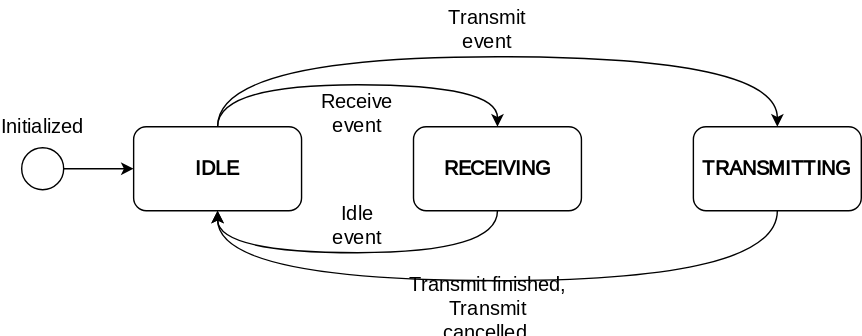
This is Figures/technicalAnalysis/simulator/node/tranceiverState.svg from Mikkelnn/ES8-Project, a draw.io export, as it was before one commit. Source tidied: cells renumbered, new cells last; positions are measured from the earlier drawing's top-left corner, leaving out a move shared by most shapes. The source it was exported from:
```xml
<mxGraphModel>
  <root>
    <mxCell id="0" />
    <mxCell id="1" parent="0" />
    <mxCell id="2" value="&lt;b&gt;IDLE&lt;/b&gt;" style="rounded=1;whiteSpace=wrap;html=1;fontSize=14;fontFamily=Latex;fontSource=https%3A%2F%2Fl.messenger.com%2Fl.php%3Fu%3Dhttps%253A%252F%252Fsourceforge.net%252Fprojects%252Fcm-unicode%252F%253Futm_id%253D97758_v0_s00_e0_tv0%2526fbclid%253DIwY2xjawQgySRleHRuA2FlbQIxMQBzcnRjBmFwcF9pZAEwAAEesw3PqB5totuJpd6eh1LaaKkuRE-Z_K1hziWoEV0fncl-qOL8ht-ayZM58K8_aem_JxLrLg0ROYKOzrblPzPiZg%26h%3DAT7IP1lEEyxLEB1KIPioAe_TLKdBf8xRapTacrZvLS-VMmMViuZHGC10Zdo98MFB_csPFyebQa-1VuPFD_5GBoz1WM62oYTNZglW-6KLq3nmDeDbAT0Mo7kfpUFHFRI;" parent="1" vertex="1">
      <mxGeometry x="95" y="90" width="120" height="60" as="geometry" />
    </mxCell>
    <mxCell id="3" value="&lt;b&gt;RECEIVING&lt;/b&gt;" style="rounded=1;whiteSpace=wrap;html=1;fontSize=14;fontFamily=Latex;fontSource=https%3A%2F%2Fl.messenger.com%2Fl.php%3Fu%3Dhttps%253A%252F%252Fsourceforge.net%252Fprojects%252Fcm-unicode%252F%253Futm_id%253D97758_v0_s00_e0_tv0%2526fbclid%253DIwY2xjawQgySRleHRuA2FlbQIxMQBzcnRjBmFwcF9pZAEwAAEesw3PqB5totuJpd6eh1LaaKkuRE-Z_K1hziWoEV0fncl-qOL8ht-ayZM58K8_aem_JxLrLg0ROYKOzrblPzPiZg%26h%3DAT7IP1lEEyxLEB1KIPioAe_TLKdBf8xRapTacrZvLS-VMmMViuZHGC10Zdo98MFB_csPFyebQa-1VuPFD_5GBoz1WM62oYTNZglW-6KLq3nmDeDbAT0Mo7kfpUFHFRI;" parent="1" vertex="1">
      <mxGeometry x="295" y="90" width="120" height="60" as="geometry" />
    </mxCell>
    <mxCell id="4" value="&lt;b&gt;TRANSMITTING&lt;/b&gt;" style="rounded=1;whiteSpace=wrap;html=1;fontSize=14;fontFamily=Latex;fontSource=https%3A%2F%2Fl.messenger.com%2Fl.php%3Fu%3Dhttps%253A%252F%252Fsourceforge.net%252Fprojects%252Fcm-unicode%252F%253Futm_id%253D97758_v0_s00_e0_tv0%2526fbclid%253DIwY2xjawQgySRleHRuA2FlbQIxMQBzcnRjBmFwcF9pZAEwAAEesw3PqB5totuJpd6eh1LaaKkuRE-Z_K1hziWoEV0fncl-qOL8ht-ayZM58K8_aem_JxLrLg0ROYKOzrblPzPiZg%26h%3DAT7IP1lEEyxLEB1KIPioAe_TLKdBf8xRapTacrZvLS-VMmMViuZHGC10Zdo98MFB_csPFyebQa-1VuPFD_5GBoz1WM62oYTNZglW-6KLq3nmDeDbAT0Mo7kfpUFHFRI;" parent="1" vertex="1">
      <mxGeometry x="495" y="90" width="120" height="60" as="geometry" />
    </mxCell>
    <mxCell id="5" style="endArrow=classic;html=1;rounded=0;exitX=1;exitY=0.5;exitDx=0;exitDy=0;fontSize=14;fontFamily=Latex;fontSource=https%3A%2F%2Fl.messenger.com%2Fl.php%3Fu%3Dhttps%253A%252F%252Fsourceforge.net%252Fprojects%252Fcm-unicode%252F%253Futm_id%253D97758_v0_s00_e0_tv0%2526fbclid%253DIwY2xjawQgySRleHRuA2FlbQIxMQBzcnRjBmFwcF9pZAEwAAEesw3PqB5totuJpd6eh1LaaKkuRE-Z_K1hziWoEV0fncl-qOL8ht-ayZM58K8_aem_JxLrLg0ROYKOzrblPzPiZg%26h%3DAT7IP1lEEyxLEB1KIPioAe_TLKdBf8xRapTacrZvLS-VMmMViuZHGC10Zdo98MFB_csPFyebQa-1VuPFD_5GBoz1WM62oYTNZglW-6KLq3nmDeDbAT0Mo7kfpUFHFRI;" parent="1" edge="1" source="6">
      <mxGeometry relative="1" as="geometry">
        <mxPoint x="95" y="120" as="targetPoint" />
      </mxGeometry>
    </mxCell>
    <mxCell id="6" style="ellipse;fontSize=14;fontFamily=Latex;fontSource=https%3A%2F%2Fl.messenger.com%2Fl.php%3Fu%3Dhttps%253A%252F%252Fsourceforge.net%252Fprojects%252Fcm-unicode%252F%253Futm_id%253D97758_v0_s00_e0_tv0%2526fbclid%253DIwY2xjawQgySRleHRuA2FlbQIxMQBzcnRjBmFwcF9pZAEwAAEesw3PqB5totuJpd6eh1LaaKkuRE-Z_K1hziWoEV0fncl-qOL8ht-ayZM58K8_aem_JxLrLg0ROYKOzrblPzPiZg%26h%3DAT7IP1lEEyxLEB1KIPioAe_TLKdBf8xRapTacrZvLS-VMmMViuZHGC10Zdo98MFB_csPFyebQa-1VuPFD_5GBoz1WM62oYTNZglW-6KLq3nmDeDbAT0Mo7kfpUFHFRI;" parent="1" vertex="1">
      <mxGeometry x="15" y="105" width="30" height="30" as="geometry" />
    </mxCell>
    <mxCell id="7" value="Initialized" style="text;html=1;whiteSpace=wrap;strokeColor=none;fillColor=none;align=center;verticalAlign=middle;rounded=0;fontSize=14;fontFamily=Latex;fontSource=https%3A%2F%2Fl.messenger.com%2Fl.php%3Fu%3Dhttps%253A%252F%252Fsourceforge.net%252Fprojects%252Fcm-unicode%252F%253Futm_id%253D97758_v0_s00_e0_tv0%2526fbclid%253DIwY2xjawQgySRleHRuA2FlbQIxMQBzcnRjBmFwcF9pZAEwAAEesw3PqB5totuJpd6eh1LaaKkuRE-Z_K1hziWoEV0fncl-qOL8ht-ayZM58K8_aem_JxLrLg0ROYKOzrblPzPiZg%26h%3DAT7IP1lEEyxLEB1KIPioAe_TLKdBf8xRapTacrZvLS-VMmMViuZHGC10Zdo98MFB_csPFyebQa-1VuPFD_5GBoz1WM62oYTNZglW-6KLq3nmDeDbAT0Mo7kfpUFHFRI;" parent="1" vertex="1">
      <mxGeometry y="75" width="60" height="30" as="geometry" />
    </mxCell>
    <mxCell id="8" style="endArrow=classic;html=1;rounded=0;exitX=0.5;exitY=0;exitDx=0;exitDy=0;entryX=0.5;entryY=0;entryDx=0;entryDy=0;edgeStyle=orthogonalEdgeStyle;curved=1;fontFamily=Latex;fontSource=https%3A%2F%2Fl.messenger.com%2Fl.php%3Fu%3Dhttps%253A%252F%252Fsourceforge.net%252Fprojects%252Fcm-unicode%252F%253Futm_id%253D97758_v0_s00_e0_tv0%2526fbclid%253DIwY2xjawQgySRleHRuA2FlbQIxMQBzcnRjBmFwcF9pZAEwAAEesw3PqB5totuJpd6eh1LaaKkuRE-Z_K1hziWoEV0fncl-qOL8ht-ayZM58K8_aem_JxLrLg0ROYKOzrblPzPiZg%26h%3DAT7IP1lEEyxLEB1KIPioAe_TLKdBf8xRapTacrZvLS-VMmMViuZHGC10Zdo98MFB_csPFyebQa-1VuPFD_5GBoz1WM62oYTNZglW-6KLq3nmDeDbAT0Mo7kfpUFHFRI;fontSize=14;" parent="1" edge="1" source="2" target="3">
      <mxGeometry relative="1" as="geometry">
        <Array as="points">
          <mxPoint x="155" y="60" />
          <mxPoint x="355" y="60" />
        </Array>
      </mxGeometry>
    </mxCell>
    <mxCell id="9" style="endArrow=classic;html=1;rounded=0;exitX=0.5;exitY=0;exitDx=0;exitDy=0;entryX=0.5;entryY=0;entryDx=0;entryDy=0;edgeStyle=orthogonalEdgeStyle;curved=1;fontFamily=Latex;fontSource=https%3A%2F%2Fl.messenger.com%2Fl.php%3Fu%3Dhttps%253A%252F%252Fsourceforge.net%252Fprojects%252Fcm-unicode%252F%253Futm_id%253D97758_v0_s00_e0_tv0%2526fbclid%253DIwY2xjawQgySRleHRuA2FlbQIxMQBzcnRjBmFwcF9pZAEwAAEesw3PqB5totuJpd6eh1LaaKkuRE-Z_K1hziWoEV0fncl-qOL8ht-ayZM58K8_aem_JxLrLg0ROYKOzrblPzPiZg%26h%3DAT7IP1lEEyxLEB1KIPioAe_TLKdBf8xRapTacrZvLS-VMmMViuZHGC10Zdo98MFB_csPFyebQa-1VuPFD_5GBoz1WM62oYTNZglW-6KLq3nmDeDbAT0Mo7kfpUFHFRI;fontSize=14;" parent="1" edge="1" source="2" target="4">
      <mxGeometry relative="1" as="geometry">
        <Array as="points">
          <mxPoint x="155" y="40" />
          <mxPoint x="555" y="40" />
        </Array>
      </mxGeometry>
    </mxCell>
    <mxCell id="10" style="endArrow=classic;html=1;rounded=0;exitX=0.5;exitY=1;exitDx=0;exitDy=0;entryX=0.5;entryY=1;entryDx=0;entryDy=0;edgeStyle=orthogonalEdgeStyle;curved=1;fontFamily=Latex;fontSource=https%3A%2F%2Fl.messenger.com%2Fl.php%3Fu%3Dhttps%253A%252F%252Fsourceforge.net%252Fprojects%252Fcm-unicode%252F%253Futm_id%253D97758_v0_s00_e0_tv0%2526fbclid%253DIwY2xjawQgySRleHRuA2FlbQIxMQBzcnRjBmFwcF9pZAEwAAEesw3PqB5totuJpd6eh1LaaKkuRE-Z_K1hziWoEV0fncl-qOL8ht-ayZM58K8_aem_JxLrLg0ROYKOzrblPzPiZg%26h%3DAT7IP1lEEyxLEB1KIPioAe_TLKdBf8xRapTacrZvLS-VMmMViuZHGC10Zdo98MFB_csPFyebQa-1VuPFD_5GBoz1WM62oYTNZglW-6KLq3nmDeDbAT0Mo7kfpUFHFRI;fontSize=14;" parent="1" edge="1" source="3" target="2">
      <mxGeometry relative="1" as="geometry">
        <Array as="points">
          <mxPoint x="355" y="180" />
          <mxPoint x="155" y="180" />
        </Array>
      </mxGeometry>
    </mxCell>
    <mxCell id="11" style="endArrow=classic;html=1;rounded=0;exitX=0.5;exitY=1;exitDx=0;exitDy=0;entryX=0.5;entryY=1;entryDx=0;entryDy=0;edgeStyle=orthogonalEdgeStyle;curved=1;fontFamily=Latex;fontSource=https%3A%2F%2Fl.messenger.com%2Fl.php%3Fu%3Dhttps%253A%252F%252Fsourceforge.net%252Fprojects%252Fcm-unicode%252F%253Futm_id%253D97758_v0_s00_e0_tv0%2526fbclid%253DIwY2xjawQgySRleHRuA2FlbQIxMQBzcnRjBmFwcF9pZAEwAAEesw3PqB5totuJpd6eh1LaaKkuRE-Z_K1hziWoEV0fncl-qOL8ht-ayZM58K8_aem_JxLrLg0ROYKOzrblPzPiZg%26h%3DAT7IP1lEEyxLEB1KIPioAe_TLKdBf8xRapTacrZvLS-VMmMViuZHGC10Zdo98MFB_csPFyebQa-1VuPFD_5GBoz1WM62oYTNZglW-6KLq3nmDeDbAT0Mo7kfpUFHFRI;fontSize=14;" parent="1" edge="1" source="4" target="2">
      <mxGeometry relative="1" as="geometry">
        <Array as="points">
          <mxPoint x="555" y="200" />
          <mxPoint x="155" y="200" />
        </Array>
      </mxGeometry>
    </mxCell>
    <mxCell id="12" value="Transmit event" style="text;html=1;whiteSpace=wrap;strokeColor=none;fillColor=none;align=center;verticalAlign=middle;rounded=0;fontFamily=Latex;fontSource=https%3A%2F%2Fl.messenger.com%2Fl.php%3Fu%3Dhttps%253A%252F%252Fsourceforge.net%252Fprojects%252Fcm-unicode%252F%253Futm_id%253D97758_v0_s00_e0_tv0%2526fbclid%253DIwY2xjawQgySRleHRuA2FlbQIxMQBzcnRjBmFwcF9pZAEwAAEesw3PqB5totuJpd6eh1LaaKkuRE-Z_K1hziWoEV0fncl-qOL8ht-ayZM58K8_aem_JxLrLg0ROYKOzrblPzPiZg%26h%3DAT7IP1lEEyxLEB1KIPioAe_TLKdBf8xRapTacrZvLS-VMmMViuZHGC10Zdo98MFB_csPFyebQa-1VuPFD_5GBoz1WM62oYTNZglW-6KLq3nmDeDbAT0Mo7kfpUFHFRI;fontSize=14;" parent="1" vertex="1">
      <mxGeometry x="314" width="68" height="40" as="geometry" />
    </mxCell>
    <mxCell id="13" value="Transmit finished, Transmit cancelled&amp;nbsp;" style="text;html=1;whiteSpace=wrap;strokeColor=none;fillColor=none;align=center;verticalAlign=middle;rounded=0;fontFamily=Latex;fontSource=https%3A%2F%2Fl.messenger.com%2Fl.php%3Fu%3Dhttps%253A%252F%252Fsourceforge.net%252Fprojects%252Fcm-unicode%252F%253Futm_id%253D97758_v0_s00_e0_tv0%2526fbclid%253DIwY2xjawQgySRleHRuA2FlbQIxMQBzcnRjBmFwcF9pZAEwAAEesw3PqB5totuJpd6eh1LaaKkuRE-Z_K1hziWoEV0fncl-qOL8ht-ayZM58K8_aem_JxLrLg0ROYKOzrblPzPiZg%26h%3DAT7IP1lEEyxLEB1KIPioAe_TLKdBf8xRapTacrZvLS-VMmMViuZHGC10Zdo98MFB_csPFyebQa-1VuPFD_5GBoz1WM62oYTNZglW-6KLq3nmDeDbAT0Mo7kfpUFHFRI;fontSize=14;" parent="1" vertex="1">
      <mxGeometry x="291" y="200" width="115" height="40" as="geometry" />
    </mxCell>
    <mxCell id="14" value="Receive event" style="text;html=1;whiteSpace=wrap;strokeColor=none;fillColor=none;align=center;verticalAlign=middle;rounded=0;fontFamily=Latex;fontSource=https%3A%2F%2Fl.messenger.com%2Fl.php%3Fu%3Dhttps%253A%252F%252Fsourceforge.net%252Fprojects%252Fcm-unicode%252F%253Futm_id%253D97758_v0_s00_e0_tv0%2526fbclid%253DIwY2xjawQgySRleHRuA2FlbQIxMQBzcnRjBmFwcF9pZAEwAAEesw3PqB5totuJpd6eh1LaaKkuRE-Z_K1hziWoEV0fncl-qOL8ht-ayZM58K8_aem_JxLrLg0ROYKOzrblPzPiZg%26h%3DAT7IP1lEEyxLEB1KIPioAe_TLKdBf8xRapTacrZvLS-VMmMViuZHGC10Zdo98MFB_csPFyebQa-1VuPFD_5GBoz1WM62oYTNZglW-6KLq3nmDeDbAT0Mo7kfpUFHFRI;fontSize=14;" parent="1" vertex="1">
      <mxGeometry x="225" y="60" width="60" height="40" as="geometry" />
    </mxCell>
    <mxCell id="15" value="Idle&lt;br&gt;event" style="text;html=1;whiteSpace=wrap;strokeColor=none;fillColor=none;align=center;verticalAlign=middle;rounded=0;fontFamily=Latex;fontSource=https%3A%2F%2Fl.messenger.com%2Fl.php%3Fu%3Dhttps%253A%252F%252Fsourceforge.net%252Fprojects%252Fcm-unicode%252F%253Futm_id%253D97758_v0_s00_e0_tv0%2526fbclid%253DIwY2xjawQgySRleHRuA2FlbQIxMQBzcnRjBmFwcF9pZAEwAAEesw3PqB5totuJpd6eh1LaaKkuRE-Z_K1hziWoEV0fncl-qOL8ht-ayZM58K8_aem_JxLrLg0ROYKOzrblPzPiZg%26h%3DAT7IP1lEEyxLEB1KIPioAe_TLKdBf8xRapTacrZvLS-VMmMViuZHGC10Zdo98MFB_csPFyebQa-1VuPFD_5GBoz1WM62oYTNZglW-6KLq3nmDeDbAT0Mo7kfpUFHFRI;fontSize=14;" parent="1" vertex="1">
      <mxGeometry x="225" y="140" width="60" height="40" as="geometry" />
    </mxCell>
  </root>
</mxGraphModel>
```
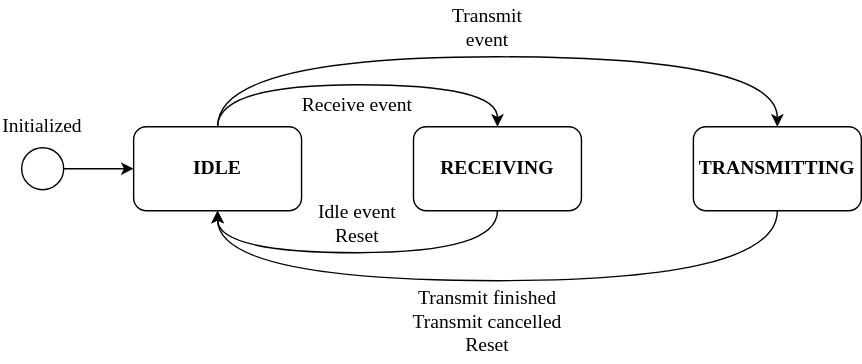
The same file after the commit.

Diff of the diagram source:
```diff
@@ -57,14 +57,14 @@
     <mxCell id="12" value="Transmit event" style="text;html=1;whiteSpace=wrap;strokeColor=none;fillColor=none;align=center;verticalAlign=middle;rounded=0;fontFamily=Latex;fontSource=https%3A%2F%2Fl.messenger.com%2Fl.php%3Fu%3Dhttps%253A%252F%252Fsourceforge.net%252Fprojects%252Fcm-unicode%252F%253Futm_id%253D97758_v0_s00_e0_tv0%2526fbclid%253DIwY2xjawQgySRleHRuA2FlbQIxMQBzcnRjBmFwcF9pZAEwAAEesw3PqB5totuJpd6eh1LaaKkuRE-Z_K1hziWoEV0fncl-qOL8ht-ayZM58K8_aem_JxLrLg0ROYKOzrblPzPiZg%26h%3DAT7IP1lEEyxLEB1KIPioAe_TLKdBf8xRapTacrZvLS-VMmMViuZHGC10Zdo98MFB_csPFyebQa-1VuPFD_5GBoz1WM62oYTNZglW-6KLq3nmDeDbAT0Mo7kfpUFHFRI;fontSize=14;" parent="1" vertex="1">
       <mxGeometry x="314" width="68" height="40" as="geometry" />
     </mxCell>
-    <mxCell id="13" value="Transmit finished, Transmit cancelled&amp;nbsp;" style="text;html=1;whiteSpace=wrap;strokeColor=none;fillColor=none;align=center;verticalAlign=middle;rounded=0;fontFamily=Latex;fontSource=https%3A%2F%2Fl.messenger.com%2Fl.php%3Fu%3Dhttps%253A%252F%252Fsourceforge.net%252Fprojects%252Fcm-unicode%252F%253Futm_id%253D97758_v0_s00_e0_tv0%2526fbclid%253DIwY2xjawQgySRleHRuA2FlbQIxMQBzcnRjBmFwcF9pZAEwAAEesw3PqB5totuJpd6eh1LaaKkuRE-Z_K1hziWoEV0fncl-qOL8ht-ayZM58K8_aem_JxLrLg0ROYKOzrblPzPiZg%26h%3DAT7IP1lEEyxLEB1KIPioAe_TLKdBf8xRapTacrZvLS-VMmMViuZHGC10Zdo98MFB_csPFyebQa-1VuPFD_5GBoz1WM62oYTNZglW-6KLq3nmDeDbAT0Mo7kfpUFHFRI;fontSize=14;" parent="1" vertex="1">
-      <mxGeometry x="291" y="200" width="115" height="40" as="geometry" />
+    <mxCell id="13" value="Transmit finished Transmit cancelled Reset" style="text;html=1;whiteSpace=wrap;strokeColor=none;fillColor=none;align=center;verticalAlign=middle;rounded=0;fontFamily=Latex;fontSource=https%3A%2F%2Fl.messenger.com%2Fl.php%3Fu%3Dhttps%253A%252F%252Fsourceforge.net%252Fprojects%252Fcm-unicode%252F%253Futm_id%253D97758_v0_s00_e0_tv0%2526fbclid%253DIwY2xjawQgySRleHRuA2FlbQIxMQBzcnRjBmFwcF9pZAEwAAEesw3PqB5totuJpd6eh1LaaKkuRE-Z_K1hziWoEV0fncl-qOL8ht-ayZM58K8_aem_JxLrLg0ROYKOzrblPzPiZg%26h%3DAT7IP1lEEyxLEB1KIPioAe_TLKdBf8xRapTacrZvLS-VMmMViuZHGC10Zdo98MFB_csPFyebQa-1VuPFD_5GBoz1WM62oYTNZglW-6KLq3nmDeDbAT0Mo7kfpUFHFRI;fontSize=14;" parent="1" vertex="1">
+      <mxGeometry x="291" y="200" width="114" height="60" as="geometry" />
     </mxCell>
     <mxCell id="14" value="Receive event" style="text;html=1;whiteSpace=wrap;strokeColor=none;fillColor=none;align=center;verticalAlign=middle;rounded=0;fontFamily=Latex;fontSource=https%3A%2F%2Fl.messenger.com%2Fl.php%3Fu%3Dhttps%253A%252F%252Fsourceforge.net%252Fprojects%252Fcm-unicode%252F%253Futm_id%253D97758_v0_s00_e0_tv0%2526fbclid%253DIwY2xjawQgySRleHRuA2FlbQIxMQBzcnRjBmFwcF9pZAEwAAEesw3PqB5totuJpd6eh1LaaKkuRE-Z_K1hziWoEV0fncl-qOL8ht-ayZM58K8_aem_JxLrLg0ROYKOzrblPzPiZg%26h%3DAT7IP1lEEyxLEB1KIPioAe_TLKdBf8xRapTacrZvLS-VMmMViuZHGC10Zdo98MFB_csPFyebQa-1VuPFD_5GBoz1WM62oYTNZglW-6KLq3nmDeDbAT0Mo7kfpUFHFRI;fontSize=14;" parent="1" vertex="1">
-      <mxGeometry x="225" y="60" width="60" height="40" as="geometry" />
+      <mxGeometry x="210" y="60" width="90" height="30" as="geometry" />
     </mxCell>
-    <mxCell id="15" value="Idle&lt;br&gt;event" style="text;html=1;whiteSpace=wrap;strokeColor=none;fillColor=none;align=center;verticalAlign=middle;rounded=0;fontFamily=Latex;fontSource=https%3A%2F%2Fl.messenger.com%2Fl.php%3Fu%3Dhttps%253A%252F%252Fsourceforge.net%252Fprojects%252Fcm-unicode%252F%253Futm_id%253D97758_v0_s00_e0_tv0%2526fbclid%253DIwY2xjawQgySRleHRuA2FlbQIxMQBzcnRjBmFwcF9pZAEwAAEesw3PqB5totuJpd6eh1LaaKkuRE-Z_K1hziWoEV0fncl-qOL8ht-ayZM58K8_aem_JxLrLg0ROYKOzrblPzPiZg%26h%3DAT7IP1lEEyxLEB1KIPioAe_TLKdBf8xRapTacrZvLS-VMmMViuZHGC10Zdo98MFB_csPFyebQa-1VuPFD_5GBoz1WM62oYTNZglW-6KLq3nmDeDbAT0Mo7kfpUFHFRI;fontSize=14;" parent="1" vertex="1">
-      <mxGeometry x="225" y="140" width="60" height="40" as="geometry" />
+    <mxCell id="15" value="Idle event&lt;br&gt;Reset" style="text;html=1;whiteSpace=wrap;strokeColor=none;fillColor=none;align=center;verticalAlign=middle;rounded=0;fontFamily=Latex;fontSource=https%3A%2F%2Fl.messenger.com%2Fl.php%3Fu%3Dhttps%253A%252F%252Fsourceforge.net%252Fprojects%252Fcm-unicode%252F%253Futm_id%253D97758_v0_s00_e0_tv0%2526fbclid%253DIwY2xjawQgySRleHRuA2FlbQIxMQBzcnRjBmFwcF9pZAEwAAEesw3PqB5totuJpd6eh1LaaKkuRE-Z_K1hziWoEV0fncl-qOL8ht-ayZM58K8_aem_JxLrLg0ROYKOzrblPzPiZg%26h%3DAT7IP1lEEyxLEB1KIPioAe_TLKdBf8xRapTacrZvLS-VMmMViuZHGC10Zdo98MFB_csPFyebQa-1VuPFD_5GBoz1WM62oYTNZglW-6KLq3nmDeDbAT0Mo7kfpUFHFRI;fontSize=14;" parent="1" vertex="1">
+      <mxGeometry x="215" y="140" width="80" height="40" as="geometry" />
     </mxCell>
   </root>
 </mxGraphModel>
```
